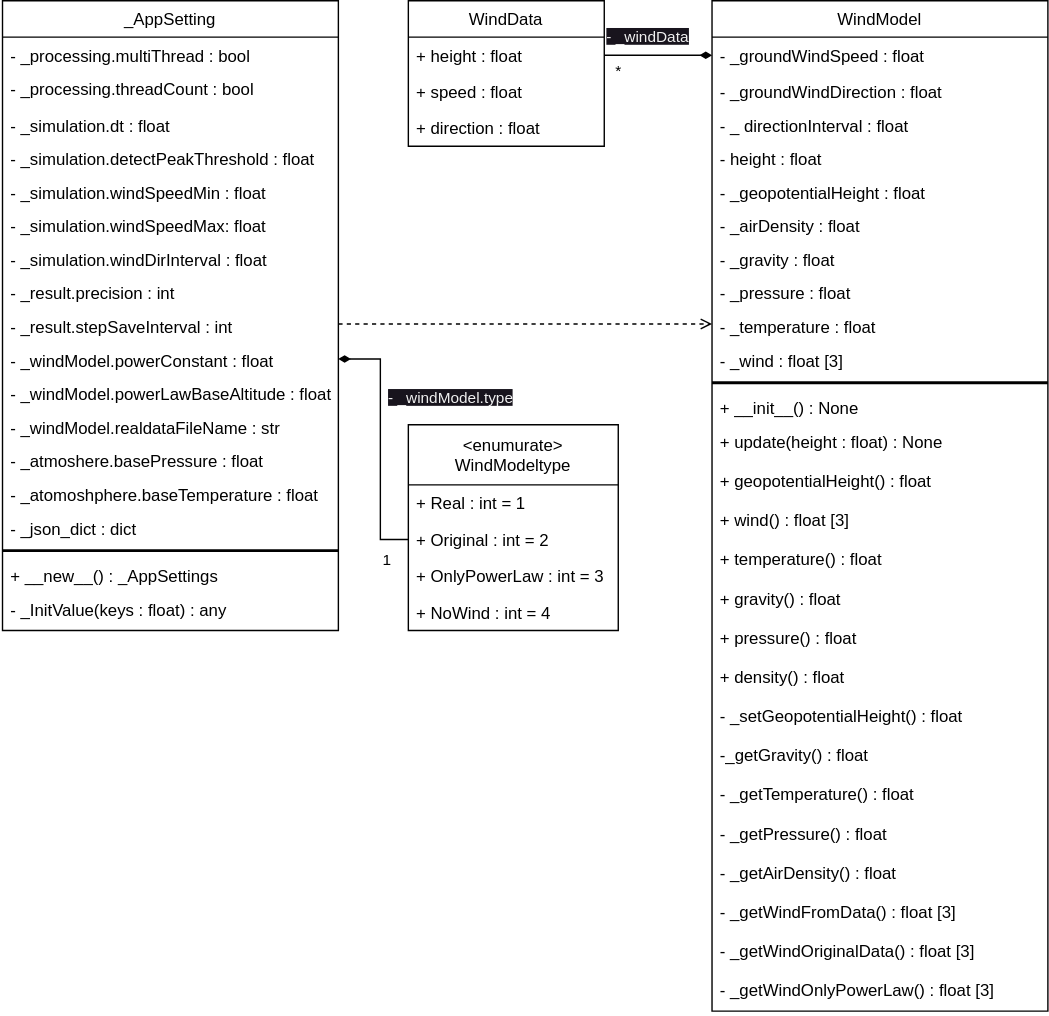
Above: docs/class_diagram.drawio.svg in kuma003/PyPrologue (draw.io), before the change. Source tidied: cells renumbered, new cells last; positions are measured from the earlier drawing's top-left corner, leaving out a move shared by most shapes.
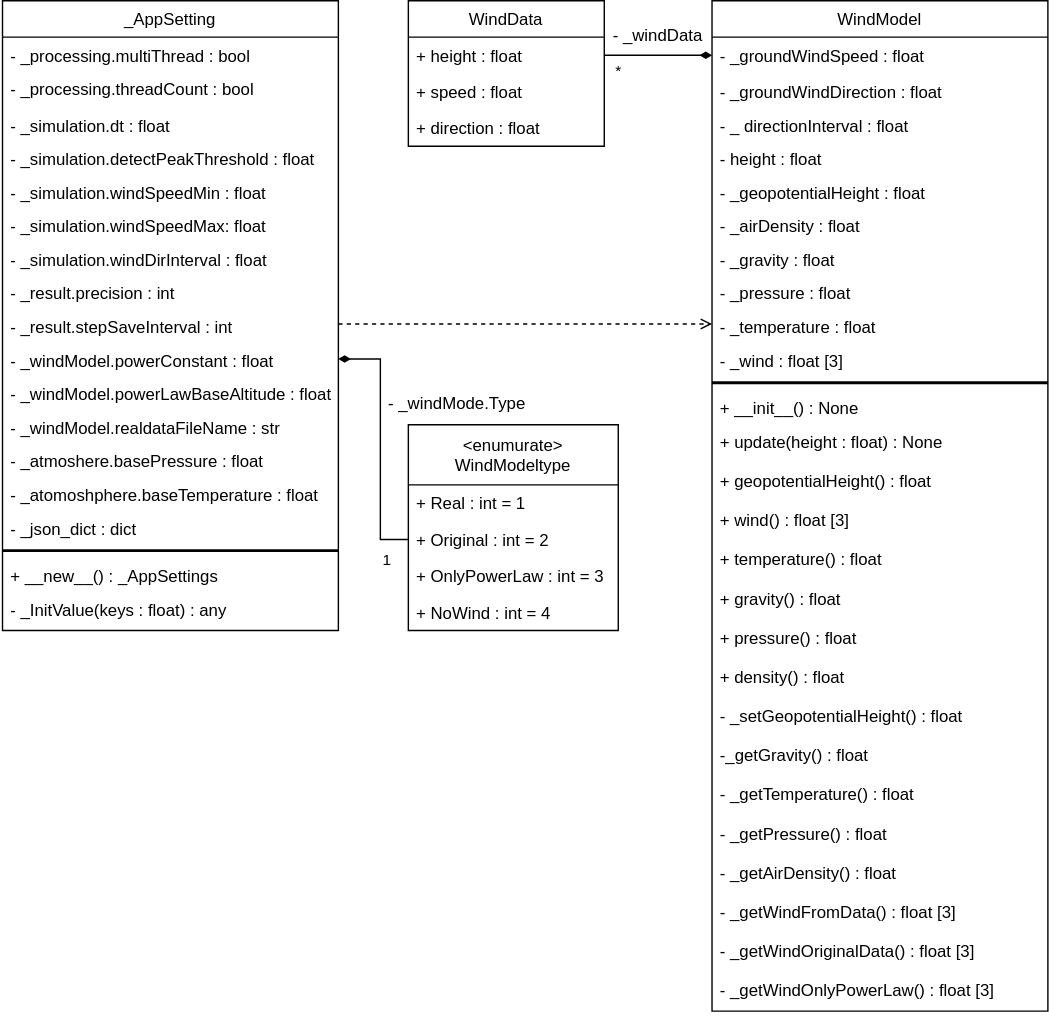
The same diagram one commit later.

Commit message:
update class diagram

Diff of the diagram source:
```diff
@@ -192,11 +192,11 @@
         </Array>
       </mxGeometry>
     </mxCell>
-    <mxCell id="61" value="&lt;span style=&quot;color: rgb(240, 240, 240); font-family: Helvetica; font-size: 11px; font-style: normal; font-variant-ligatures: normal; font-variant-caps: normal; font-weight: 400; letter-spacing: normal; orphans: 2; text-align: center; text-indent: 0px; text-transform: none; widows: 2; word-spacing: 0px; -webkit-text-stroke-width: 0px; background-color: rgb(24, 20, 29); text-decoration-thickness: initial; text-decoration-style: initial; text-decoration-color: initial; float: none; display: inline !important;&quot;&gt;- _windData&lt;/span&gt;" style="text;whiteSpace=wrap;html=1;" parent="1" vertex="1">
-      <mxGeometry x="430" y="12" width="70" height="20" as="geometry" />
+    <mxCell id="61" value="- _windData" style="text;html=1;strokeColor=none;fillColor=none;align=center;verticalAlign=middle;whiteSpace=wrap;rounded=0;fontColor=none;" parent="1" vertex="1">
+      <mxGeometry x="430" y="10" width="77" height="30" as="geometry" />
     </mxCell>
-    <mxCell id="62" value="&lt;span style=&quot;color: rgb(240, 240, 240); font-family: Helvetica; font-size: 11px; font-style: normal; font-variant-ligatures: normal; font-variant-caps: normal; font-weight: 400; letter-spacing: normal; orphans: 2; text-align: left; text-indent: 0px; text-transform: none; widows: 2; word-spacing: 0px; -webkit-text-stroke-width: 0px; background-color: rgb(24, 20, 29); text-decoration-thickness: initial; text-decoration-style: initial; text-decoration-color: initial; float: none; display: inline !important;&quot;&gt;- _windModel.type&lt;/span&gt;" style="text;whiteSpace=wrap;html=1;" parent="1" vertex="1">
-      <mxGeometry x="274" y="270" width="120" height="40" as="geometry" />
-    </mxCell>
+    <mxCell id="63" value="- _windMode.Type" style="text;html=1;strokeColor=none;fillColor=none;align=center;verticalAlign=middle;whiteSpace=wrap;rounded=0;fontColor=none;" parent="1" vertex="1">
+      <mxGeometry x="270" y="273" width="110" height="30" as="geometry" />
+    </mxCell>
   </root>
 </mxGraphModel>
```
